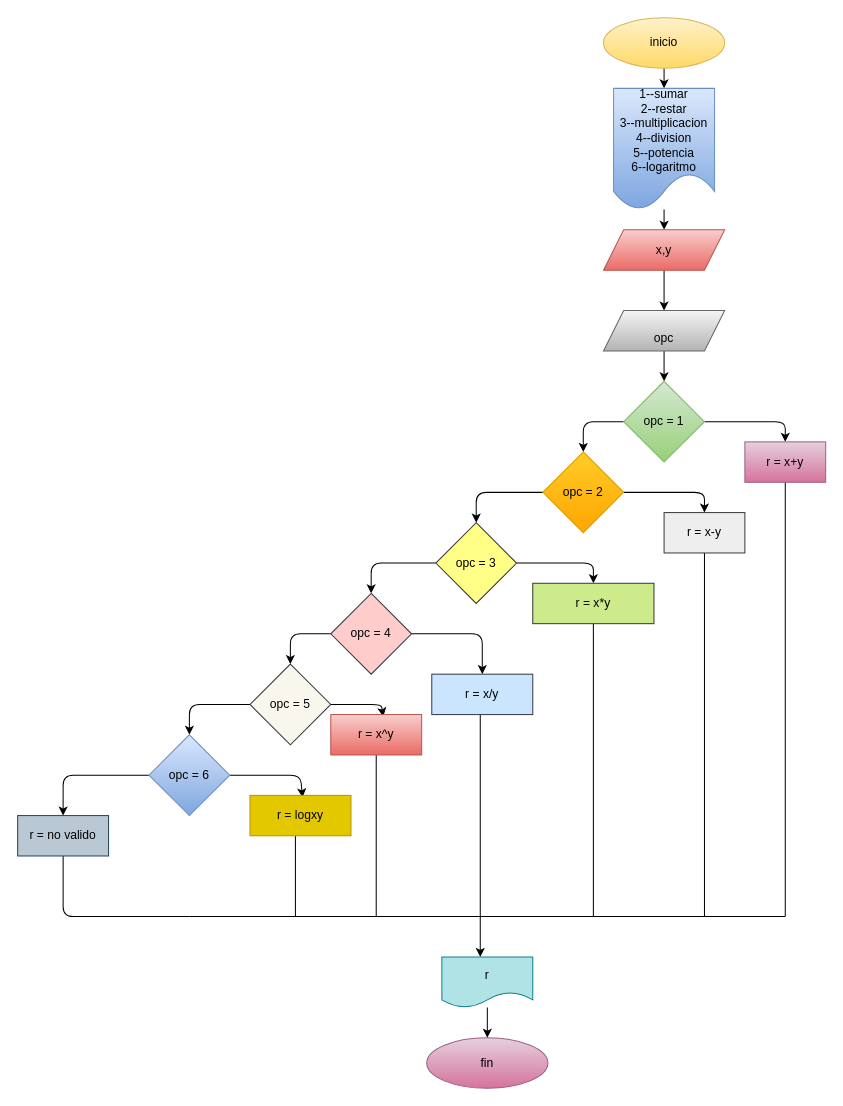
Before: page "Página-1" (1 of 2) of diagrama.drawio in jhonmendez17092009/Mini_Calcudora_Guanentino, a draw.io diagram. Source tidied: cells renumbered, new cells numbered last; positions are measured from the earlier drawing's top-left corner, leaving out a move shared by most shapes. Both pictures are drawn from the tidied source at 101%, with x=0, y=0 at pixel (17, 17).
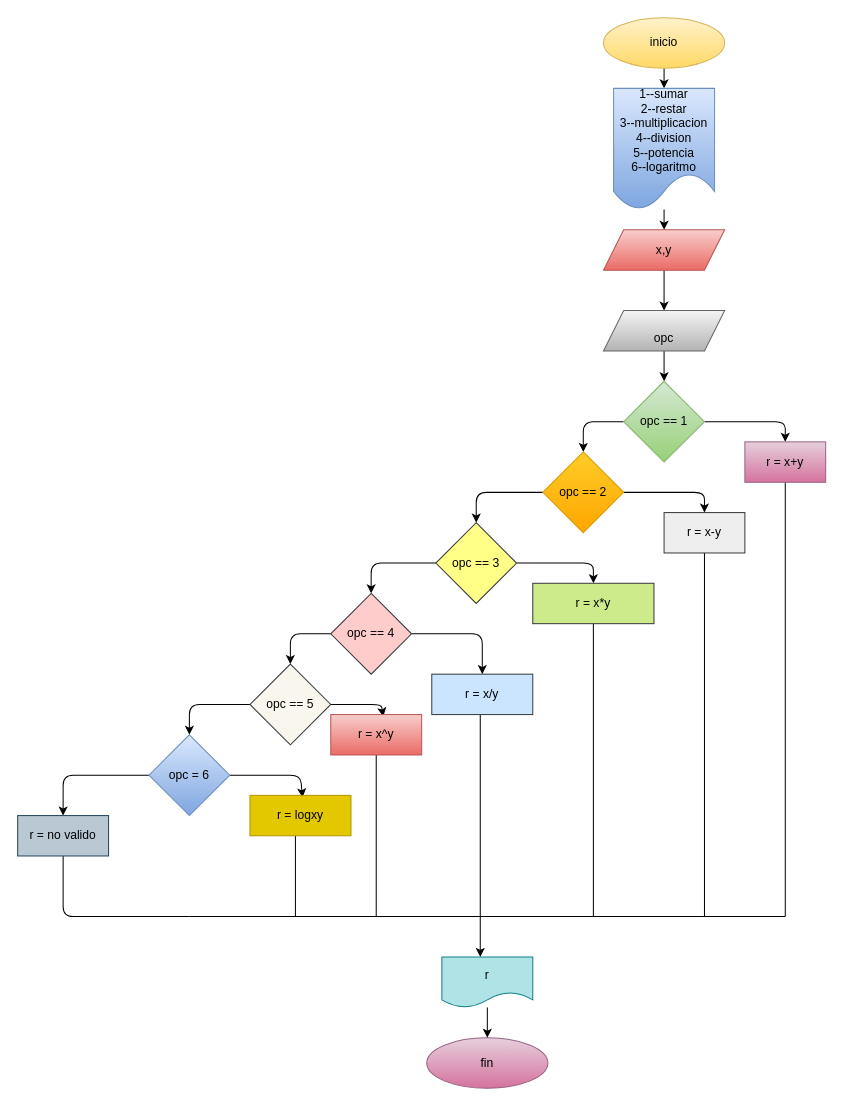
The same page after the edit.

Diff of the diagram source:
```diff
@@
-    <mxCell id="12" value="&lt;font color=&quot;#000000&quot;&gt;opc = 1&lt;/font&gt;" style="rhombus;whiteSpace=wrap;html=1;fillColor=#d5e8d4;strokeColor=#82b366;gradientColor=#97d077;" parent="1" vertex="1">
+    <mxCell id="12" value="&lt;font color=&quot;#000000&quot;&gt;opc == 1&lt;/font&gt;" style="rhombus;whiteSpace=wrap;html=1;fillColor=#d5e8d4;strokeColor=#82b366;gradientColor=#97d077;" parent="1" vertex="1">
       <mxGeometry x="600" y="360" width="80" height="80" as="geometry" />
     </mxCell>
@@
-    <mxCell id="17" value="&lt;font color=&quot;#000000&quot;&gt;opc = 2&lt;/font&gt;" style="rhombus;whiteSpace=wrap;html=1;fillColor=#ffcd28;gradientColor=#ffa500;strokeColor=#d79b00;" parent="1" vertex="1">
+    <mxCell id="17" value="&lt;font color=&quot;#000000&quot;&gt;opc == 2&lt;/font&gt;" style="rhombus;whiteSpace=wrap;html=1;fillColor=#ffcd28;gradientColor=#ffa500;strokeColor=#d79b00;" parent="1" vertex="1">
       <mxGeometry x="520" y="430" width="80" height="80" as="geometry" />
     </mxCell>
@@
-    <mxCell id="22" value="&lt;font color=&quot;#000000&quot;&gt;opc = 3&lt;/font&gt;" style="rhombus;whiteSpace=wrap;html=1;fillColor=#ffff88;strokeColor=#36393d;" parent="1" vertex="1">
+    <mxCell id="22" value="&lt;font color=&quot;#000000&quot;&gt;opc == 3&lt;/font&gt;" style="rhombus;whiteSpace=wrap;html=1;fillColor=#ffff88;strokeColor=#36393d;" parent="1" vertex="1">
       <mxGeometry x="414" y="500" width="80" height="80" as="geometry" />
     </mxCell>
@@
-    <mxCell id="27" value="&lt;font color=&quot;#000000&quot;&gt;opc = 4&lt;/font&gt;" style="rhombus;whiteSpace=wrap;html=1;fillColor=#ffcccc;strokeColor=#36393d;" parent="1" vertex="1">
+    <mxCell id="27" value="&lt;font color=&quot;#000000&quot;&gt;opc == 4&lt;/font&gt;" style="rhombus;whiteSpace=wrap;html=1;fillColor=#ffcccc;strokeColor=#36393d;" parent="1" vertex="1">
       <mxGeometry x="310" y="570" width="80" height="80" as="geometry" />
     </mxCell>
@@
-    <mxCell id="32" value="&lt;font color=&quot;#000000&quot;&gt;opc = 5&lt;/font&gt;" style="rhombus;whiteSpace=wrap;html=1;fillColor=#f9f7ed;strokeColor=#36393d;" parent="1" vertex="1">
+    <mxCell id="32" value="&lt;font color=&quot;#000000&quot;&gt;opc == 5&lt;/font&gt;" style="rhombus;whiteSpace=wrap;html=1;fillColor=#f9f7ed;strokeColor=#36393d;" parent="1" vertex="1">
       <mxGeometry x="230" y="640" width="80" height="80" as="geometry" />
     </mxCell>
```
